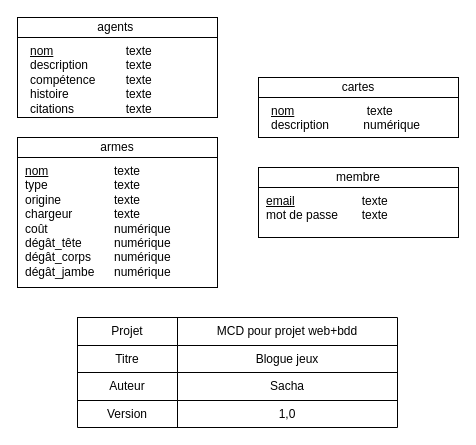
Above: docs/MCD_Valoblog.drawio in CPNV-PROJWEB-BDD/GamingBlog (draw.io), before the change. Source tidied: cells renumbered, new cells numbered last; positions are measured from the earlier drawing's top-left corner, leaving out a move shared by most shapes. Both pictures are drawn from the tidied source at 100%, with x=0, y=0 at pixel (17, 17).
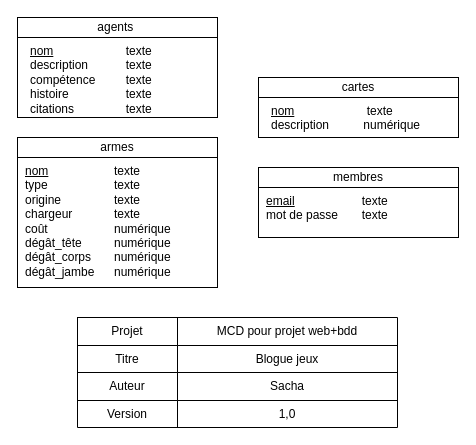
After the change.

Diff of the diagram source:
```diff
@@
-    <mxCell id="30" value="membre" style="rounded=0;whiteSpace=wrap;html=1;" parent="1" vertex="1">
+    <mxCell id="30" value="membres" style="rounded=0;whiteSpace=wrap;html=1;" parent="1" vertex="1">
       <mxGeometry x="241" y="150" width="200" height="20" as="geometry" />
     </mxCell>
```
